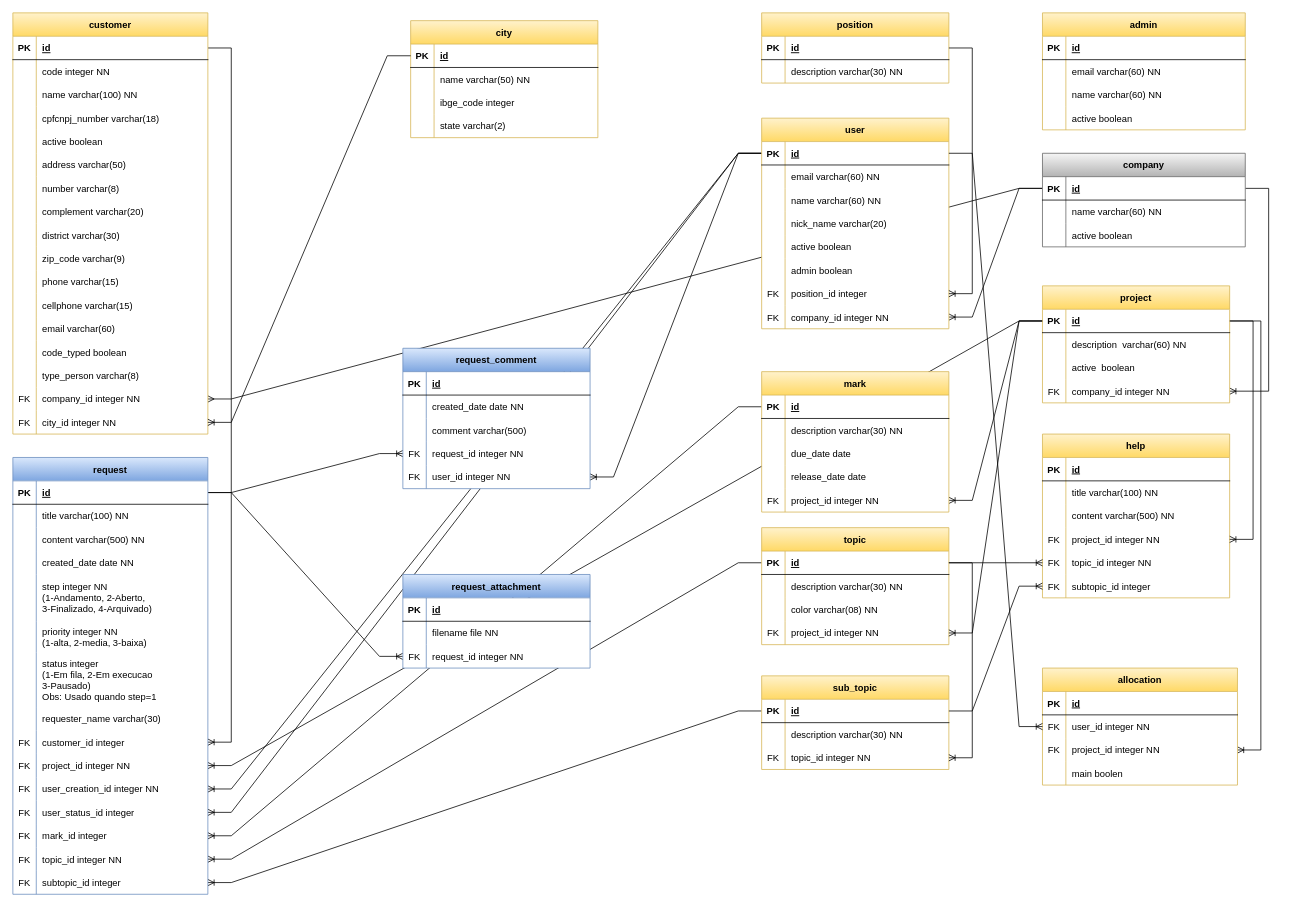
The draw.io diagram lib/docs/Entidades.drawio in edsoncosta-br/sfhelpdesk, before the edit. Source tidied: cells renumbered, new cells numbered last; positions are measured from the earlier drawing's top-left corner, leaving out a move shared by most shapes. Both pictures are drawn from the tidied source at 78%, with x=0, y=0 at pixel (12, 12).
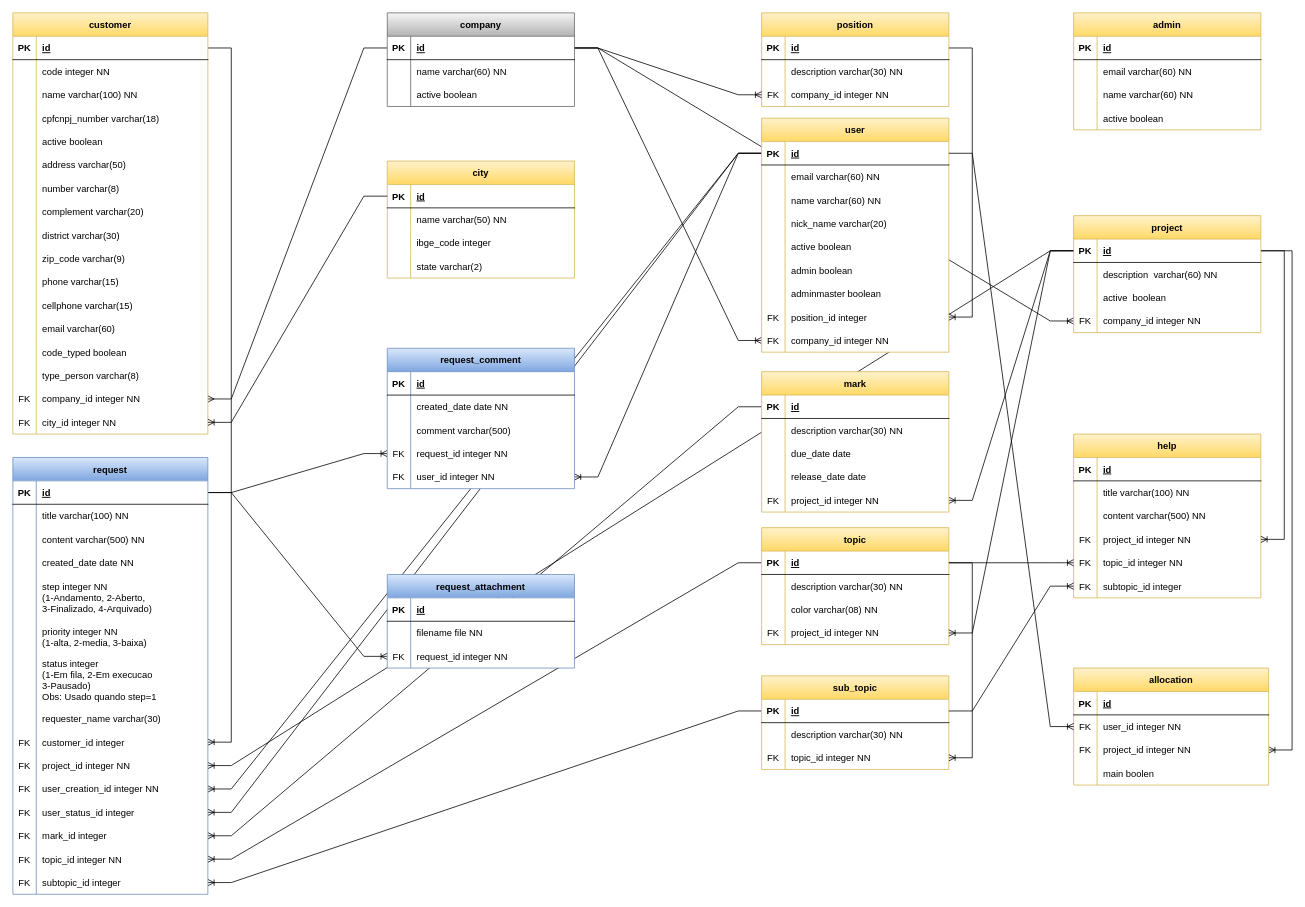
Above is the later version.

The edit, as a diff of the source:
```diff
@@
     <mxCell id="69" value="project" style="shape=table;startSize=30;childLayout=tableLayout;rowLines=0;fontStyle=1;align=center;swimlaneFillColor=#FFFFFF;fillColor=#fff2cc;gradientColor=#ffd966;strokeColor=#d6b656;" parent="1" vertex="1">
-      <mxGeometry x="1320" y="350" width="240" height="150" as="geometry" />
+      <mxGeometry x="1360" y="260" width="240" height="150" as="geometry" />
     </mxCell>
@@
     <mxCell id="82" value="user" style="shape=table;startSize=30;childLayout=tableLayout;rowLines=0;fontStyle=1;align=center;swimlaneFillColor=#FFFFFF;fillColor=#fff2cc;gradientColor=#ffd966;strokeColor=#d6b656;" parent="1" vertex="1">
-      <mxGeometry x="960" y="135" width="240" height="270" as="geometry" />
+      <mxGeometry x="960" y="135" width="240" height="300" as="geometry" />
     </mxCell>
@@
+    <mxCell id="301" style="shape=tableRow;horizontal=0;startSize=0;swimlaneHead=0;swimlaneBody=0;fillColor=none;top=0;left=0;right=0;bottom=0;" parent="82" vertex="1">
+      <mxGeometry y="210" width="240" height="30" as="geometry" />
+    </mxCell>
+    <mxCell id="302" style="shape=partialRectangle;fillColor=none;top=0;left=0;bottom=0;right=0;overflow=hidden;" parent="301" vertex="1">
+      <mxGeometry width="30" height="30" as="geometry" />
+    </mxCell>
+    <mxCell id="303" value="adminmaster boolean" style="shape=partialRectangle;fillColor=none;top=0;left=0;bottom=0;right=0;align=left;spacingLeft=6;overflow=hidden;" parent="301" vertex="1">
+      <mxGeometry x="30" width="210" height="30" as="geometry" />
+    </mxCell>
     <mxCell id="101" style="shape=tableRow;horizontal=0;startSize=0;swimlaneHead=0;swimlaneBody=0;fillColor=none;points=[[0,0.5],[1,0.5]];portConstraint=eastwest;top=0;left=0;right=0;bottom=0;" parent="82" vertex="1">
-      <mxGeometry y="210" width="240" height="30" as="geometry" />
+      <mxGeometry y="240" width="240" height="30" as="geometry" />
     </mxCell>
@@
     <mxCell id="104" style="shape=tableRow;horizontal=0;startSize=0;swimlaneHead=0;swimlaneBody=0;fillColor=none;points=[[0,0.5],[1,0.5]];portConstraint=eastwest;top=0;left=0;right=0;bottom=0;" parent="82" vertex="1">
-      <mxGeometry y="240" width="240" height="30" as="geometry" />
+      <mxGeometry y="270" width="240" height="30" as="geometry" />
     </mxCell>
@@
     <mxCell id="182" value="request_comment" style="shape=table;startSize=30;childLayout=tableLayout;rowLines=0;fontStyle=1;align=center;swimlaneFillColor=#FFFFFF;fillColor=#dae8fc;strokeColor=#6c8ebf;gradientColor=#7ea6e0;" parent="1" vertex="1">
-      <mxGeometry x="500" y="430" width="240" height="180" as="geometry" />
+      <mxGeometry x="480" y="430" width="240" height="180" as="geometry" />
     </mxCell>
@@
     <mxCell id="198" value="allocation" style="shape=table;startSize=30;childLayout=tableLayout;rowLines=0;fontStyle=1;align=center;swimlaneFillColor=#FFFFFF;fillColor=#fff2cc;strokeColor=#d6b656;gradientColor=#ffd966;" parent="1" vertex="1">
-      <mxGeometry x="1320" y="840" width="250" height="150" as="geometry" />
+      <mxGeometry x="1360" y="840" width="250" height="150" as="geometry" />
     </mxCell>
@@
     <mxCell id="211" value="request_attachment" style="shape=table;startSize=30;childLayout=tableLayout;rowLines=0;fontStyle=1;align=center;swimlaneFillColor=#FFFFFF;fillColor=#dae8fc;strokeColor=#6c8ebf;gradientColor=#7ea6e0;" parent="1" vertex="1">
-      <mxGeometry x="500" y="720" width="240" height="120" as="geometry" />
+      <mxGeometry x="480" y="720" width="240" height="120" as="geometry" />
     </mxCell>
@@
     <mxCell id="223" value="position" style="shape=table;startSize=30;childLayout=tableLayout;rowLines=0;fontStyle=1;align=center;swimlaneFillColor=#FFFFFF;fillColor=#fff2cc;gradientColor=#ffd966;strokeColor=#d6b656;" parent="1" vertex="1">
-      <mxGeometry x="960" width="240" height="90" as="geometry" />
+      <mxGeometry x="960" width="240" height="120" as="geometry" />
     </mxCell>
@@
+    <mxCell id="304" style="shape=tableRow;horizontal=0;startSize=0;swimlaneHead=0;swimlaneBody=0;fillColor=none;points=[[0,0.5],[1,0.5]];portConstraint=eastwest;top=0;left=0;right=0;bottom=0;" parent="223" vertex="1">
+      <mxGeometry y="90" width="240" height="30" as="geometry" />
+    </mxCell>
+    <mxCell id="305" value="FK" style="shape=partialRectangle;fillColor=none;top=0;left=0;bottom=0;right=0;overflow=hidden;" parent="304" vertex="1">
+      <mxGeometry width="30" height="30" as="geometry" />
+    </mxCell>
+    <mxCell id="306" value="company_id integer NN" style="shape=partialRectangle;fillColor=none;top=0;left=0;bottom=0;right=0;align=left;spacingLeft=6;overflow=hidden;" parent="304" vertex="1">
+      <mxGeometry x="30" width="210" height="30" as="geometry" />
+    </mxCell>
@@
     <mxCell id="231" value="company" style="shape=table;startSize=30;childLayout=tableLayout;rowLines=0;fontStyle=1;align=center;swimlaneFillColor=#FFFFFF;fillColor=#f5f5f5;strokeColor=#666666;gradientColor=#b3b3b3;" parent="1" vertex="1">
-      <mxGeometry x="1320" y="180" width="260" height="120" as="geometry" />
+      <mxGeometry x="480" width="240" height="120" as="geometry" />
     </mxCell>
     <mxCell id="232" style="shape=tableRow;horizontal=0;startSize=0;swimlaneHead=0;swimlaneBody=0;fillColor=none;points=[[0,0.5],[1,0.5]];portConstraint=eastwest;top=0;left=0;right=0;bottom=1;" parent="231" vertex="1">
-      <mxGeometry y="30" width="260" height="30" as="geometry" />
+      <mxGeometry y="30" width="240" height="30" as="geometry" />
     </mxCell>
@@
     <mxCell id="234" value="id" style="shape=partialRectangle;fillColor=none;top=0;left=0;bottom=0;right=0;align=left;spacingLeft=6;fontStyle=5;overflow=hidden;" parent="232" vertex="1">
-      <mxGeometry x="30" width="230" height="30" as="geometry" />
+      <mxGeometry x="30" width="210" height="30" as="geometry" />
     </mxCell>
     <mxCell id="235" style="shape=tableRow;horizontal=0;startSize=0;swimlaneHead=0;swimlaneBody=0;fillColor=none;top=0;left=0;right=0;bottom=0;" parent="231" vertex="1">
-      <mxGeometry y="60" width="260" height="30" as="geometry" />
+      <mxGeometry y="60" width="240" height="30" as="geometry" />
     </mxCell>
@@
     <mxCell id="237" value="name varchar(60) NN" style="shape=partialRectangle;fillColor=none;top=0;left=0;bottom=0;right=0;align=left;spacingLeft=6;overflow=hidden;" parent="235" vertex="1">
-      <mxGeometry x="30" width="230" height="30" as="geometry" />
+      <mxGeometry x="30" width="210" height="30" as="geometry" />
     </mxCell>
     <mxCell id="238" style="shape=tableRow;horizontal=0;startSize=0;swimlaneHead=0;swimlaneBody=0;fillColor=none;top=0;left=0;right=0;bottom=0;" parent="231" vertex="1">
-      <mxGeometry y="90" width="260" height="30" as="geometry" />
+      <mxGeometry y="90" width="240" height="30" as="geometry" />
     </mxCell>
@@
     <mxCell id="240" value="active boolean" style="shape=partialRectangle;fillColor=none;top=0;left=0;bottom=0;right=0;align=left;spacingLeft=6;overflow=hidden;" parent="238" vertex="1">
-      <mxGeometry x="30" width="230" height="30" as="geometry" />
+      <mxGeometry x="30" width="210" height="30" as="geometry" />
     </mxCell>
     <mxCell id="241" value="admin" style="shape=table;startSize=30;childLayout=tableLayout;rowLines=0;fontStyle=1;align=center;swimlaneFillColor=#FFFFFF;fillColor=#fff2cc;gradientColor=#ffd966;strokeColor=#d6b656;" parent="1" vertex="1">
-      <mxGeometry x="1320" width="260" height="150" as="geometry" />
+      <mxGeometry x="1360" width="240" height="150" as="geometry" />
     </mxCell>
     <mxCell id="242" style="shape=tableRow;horizontal=0;startSize=0;swimlaneHead=0;swimlaneBody=0;fillColor=none;top=0;left=0;right=0;bottom=1;" parent="241" vertex="1">
-      <mxGeometry y="30" width="260" height="30" as="geometry" />
+      <mxGeometry y="30" width="240" height="30" as="geometry" />
     </mxCell>
@@
     <mxCell id="244" value="id" style="shape=partialRectangle;fillColor=none;top=0;left=0;bottom=0;right=0;align=left;spacingLeft=6;fontStyle=5;overflow=hidden;" parent="242" vertex="1">
-      <mxGeometry x="30" width="230" height="30" as="geometry" />
+      <mxGeometry x="30" width="210" height="30" as="geometry" />
     </mxCell>
     <mxCell id="245" style="shape=tableRow;horizontal=0;startSize=0;swimlaneHead=0;swimlaneBody=0;fillColor=none;top=0;left=0;right=0;bottom=0;" parent="241" vertex="1">
-      <mxGeometry y="60" width="260" height="30" as="geometry" />
+      <mxGeometry y="60" width="240" height="30" as="geometry" />
     </mxCell>
@@
     <mxCell id="247" value="email varchar(60) NN" style="shape=partialRectangle;fillColor=none;top=0;left=0;bottom=0;right=0;align=left;spacingLeft=6;overflow=hidden;" parent="245" vertex="1">
-      <mxGeometry x="30" width="230" height="30" as="geometry" />
+      <mxGeometry x="30" width="210" height="30" as="geometry" />
     </mxCell>
     <mxCell id="248" style="shape=tableRow;horizontal=0;startSize=0;swimlaneHead=0;swimlaneBody=0;fillColor=none;top=0;left=0;right=0;bottom=0;" parent="241" vertex="1">
-      <mxGeometry y="90" width="260" height="30" as="geometry" />
+      <mxGeometry y="90" width="240" height="30" as="geometry" />
     </mxCell>
@@
     <mxCell id="250" value="name varchar(60) NN" style="shape=partialRectangle;fillColor=none;top=0;left=0;bottom=0;right=0;align=left;spacingLeft=6;overflow=hidden;" parent="248" vertex="1">
-      <mxGeometry x="30" width="230" height="30" as="geometry" />
+      <mxGeometry x="30" width="210" height="30" as="geometry" />
     </mxCell>
     <mxCell id="251" style="shape=tableRow;horizontal=0;startSize=0;swimlaneHead=0;swimlaneBody=0;fillColor=none;top=0;left=0;right=0;bottom=0;" parent="241" vertex="1">
-      <mxGeometry y="120" width="260" height="30" as="geometry" />
+      <mxGeometry y="120" width="240" height="30" as="geometry" />
     </mxCell>
@@
     <mxCell id="253" value="active boolean" style="shape=partialRectangle;fillColor=none;top=0;left=0;bottom=0;right=0;align=left;spacingLeft=6;overflow=hidden;" parent="251" vertex="1">
-      <mxGeometry x="30" width="230" height="30" as="geometry" />
+      <mxGeometry x="30" width="210" height="30" as="geometry" />
     </mxCell>
     <mxCell id="254" value="city" style="shape=table;startSize=30;childLayout=tableLayout;rowLines=0;fontStyle=1;align=center;swimlaneFillColor=#FFFFFF;fillColor=#fff2cc;gradientColor=#ffd966;strokeColor=#d6b656;" parent="1" vertex="1">
-      <mxGeometry x="510" y="10" width="240" height="150" as="geometry" />
+      <mxGeometry x="480" y="190" width="240" height="150" as="geometry" />
     </mxCell>
@@
     <mxCell id="268" value="help" style="shape=table;startSize=30;childLayout=tableLayout;rowLines=0;fontStyle=1;align=center;swimlaneFillColor=#FFFFFF;fillColor=#fff2cc;gradientColor=#ffd966;strokeColor=#d6b656;" parent="1" vertex="1">
-      <mxGeometry x="1320" y="540" width="240" height="210" as="geometry" />
+      <mxGeometry x="1360" y="540" width="240" height="210" as="geometry" />
     </mxCell>
@@
+    <mxCell id="307" style="edgeStyle=entityRelationEdgeStyle;fontSize=12;html=1;endArrow=ERoneToMany;rounded=0;" parent="1" edge="1" source="232" target="304">
+      <mxGeometry relative="1" as="geometry" />
+    </mxCell>
```
